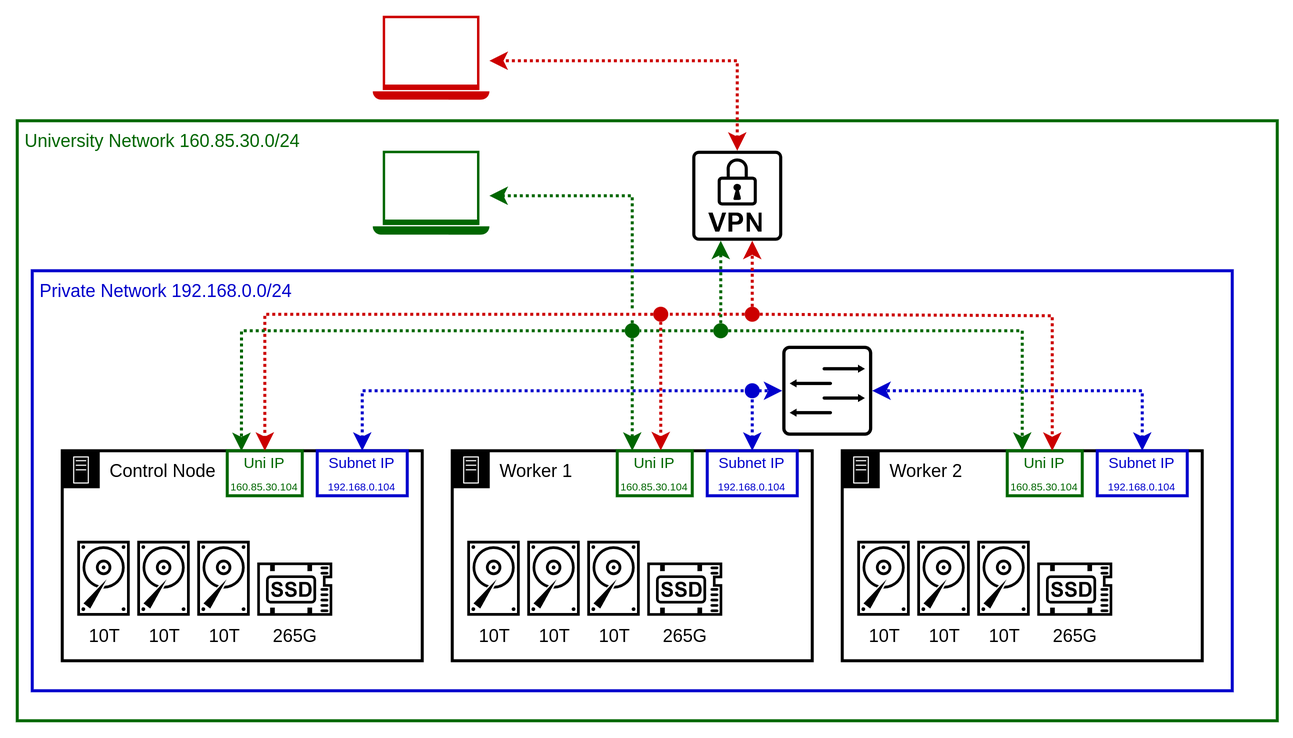
The draw.io diagram docs/diagrams/physical_and_network_infra.png in casparwackerle/PowerStack, before a commit. Source tidied: cells renumbered, new cells last; positions are measured from the earlier drawing's top-left corner, leaving out a move shared by most shapes. The source it was exported from:
```xml
<mxGraphModel>
  <root>
    <mxCell id="0" />
    <mxCell id="1" parent="0" />
    <mxCell id="2" value="&lt;span style=&quot;color: rgb(0, 102, 0);&quot;&gt;&amp;nbsp;University Network 160.85.30.0/24&lt;/span&gt;" style="rounded=1;whiteSpace=wrap;html=1;align=left;verticalAlign=top;fillColor=none;arcSize=0;strokeColor=#006600;strokeWidth=2;" parent="1" vertex="1">
      <mxGeometry y="70" width="840" height="400" as="geometry" />
    </mxCell>
    <mxCell id="3" value="&lt;span style=&quot;color: rgb(0, 0, 204);&quot;&gt;&amp;nbsp;Private Network 192.168.0.0/24&lt;/span&gt;" style="rounded=1;whiteSpace=wrap;html=1;align=left;verticalAlign=top;fillColor=none;arcSize=0;strokeColor=#0000CC;strokeWidth=2;" parent="1" vertex="1">
      <mxGeometry x="10" y="170" width="800" height="280" as="geometry" />
    </mxCell>
    <mxCell id="4" value="Control Node" style="gradientColor=none;html=1;whiteSpace=wrap;fontSize=12;fontStyle=0;shape=mxgraph.aws4.group;grIcon=mxgraph.aws4.group_on_premise;strokeColor=#000000;fillColor=none;verticalAlign=top;align=left;spacingLeft=30;fontColor=light-dark(#000000, #8494aa);dashed=0;strokeWidth=2;" parent="1" vertex="1">
      <mxGeometry x="30" y="290" width="240" height="140" as="geometry" />
    </mxCell>
    <mxCell id="5" value="&lt;font style=&quot;font-size: 10px; color: rgb(0, 102, 0);&quot;&gt;Uni IP&lt;/font&gt;&lt;font style=&quot;font-size: 8px; color: rgb(0, 102, 0);&quot;&gt;&lt;br&gt;&lt;/font&gt;&lt;font style=&quot;font-size: 7px; color: rgb(0, 102, 0);&quot;&gt;160.85.30.104&lt;/font&gt;&lt;font style=&quot;font-size: 7px; color: rgba(0, 0, 0, 0);&quot;&gt;&lt;font&gt;&lt;br&gt;&lt;/font&gt;&lt;/font&gt;" style="rounded=0;whiteSpace=wrap;html=1;strokeColor=#006600;strokeWidth=2;fillColor=none;" parent="4" vertex="1">
      <mxGeometry x="110" width="50" height="30" as="geometry" />
    </mxCell>
    <mxCell id="6" value="&lt;div&gt;&lt;font style=&quot;font-size: 10px; color: rgb(0, 0, 204);&quot;&gt;Subnet IP&lt;/font&gt;&lt;/div&gt;&lt;div&gt;&lt;font style=&quot;font-size: 7px; color: rgb(0, 0, 204);&quot;&gt;192.168.0.104&lt;/font&gt;&lt;font style=&quot;font-size: 7px; color: rgba(0, 0, 0, 0);&quot;&gt;&lt;font&gt;&lt;br&gt;&lt;/font&gt;&lt;/font&gt;&lt;/div&gt;" style="rounded=0;whiteSpace=wrap;html=1;strokeColor=#0000CC;strokeWidth=2;fillColor=none;" parent="4" vertex="1">
      <mxGeometry x="170" width="60" height="30" as="geometry" />
    </mxCell>
    <mxCell id="7" value="10T" style="sketch=0;shadow=0;dashed=0;html=1;strokeColor=none;fillColor=#000000;labelPosition=center;verticalLabelPosition=bottom;verticalAlign=top;align=center;shape=mxgraph.vvd.disk;" parent="4" vertex="1">
      <mxGeometry x="50" y="60" width="35" height="50" as="geometry" />
    </mxCell>
    <mxCell id="8" value="10T" style="sketch=0;shadow=0;dashed=0;html=1;strokeColor=none;fillColor=#000000;labelPosition=center;verticalLabelPosition=bottom;verticalAlign=top;align=center;shape=mxgraph.vvd.disk;" parent="4" vertex="1">
      <mxGeometry x="10" y="60" width="35" height="50" as="geometry" />
    </mxCell>
    <mxCell id="9" value="10T" style="sketch=0;shadow=0;dashed=0;html=1;strokeColor=none;fillColor=#000000;labelPosition=center;verticalLabelPosition=bottom;verticalAlign=top;align=center;shape=mxgraph.vvd.disk;" parent="4" vertex="1">
      <mxGeometry x="90" y="60" width="35" height="50" as="geometry" />
    </mxCell>
    <mxCell id="10" value="265G" style="sketch=0;shadow=0;dashed=0;html=1;strokeColor=none;fillColor=#000000;labelPosition=center;verticalLabelPosition=bottom;verticalAlign=top;align=center;shape=mxgraph.vvd.ssd;" parent="4" vertex="1">
      <mxGeometry x="130" y="74.5" width="50" height="35.5" as="geometry" />
    </mxCell>
    <mxCell id="11" value="Worker 1" style="points=[[0,0],[0.25,0],[0.5,0],[0.75,0],[1,0],[1,0.25],[1,0.5],[1,0.75],[1,1],[0.75,1],[0.5,1],[0.25,1],[0,1],[0,0.75],[0,0.5],[0,0.25]];outlineConnect=0;gradientColor=none;html=1;whiteSpace=wrap;fontSize=12;fontStyle=0;shape=mxgraph.aws4.group;grIcon=mxgraph.aws4.group_on_premise;strokeColor=#000000;fillColor=none;verticalAlign=top;align=left;spacingLeft=30;fontColor=light-dark(#000000, #8494aa);dashed=0;strokeWidth=2;" parent="1" vertex="1">
      <mxGeometry x="290" y="290" width="240" height="140" as="geometry" />
    </mxCell>
    <mxCell id="12" value="&lt;font style=&quot;font-size: 10px; color: rgb(0, 102, 0);&quot;&gt;Uni IP&lt;/font&gt;&lt;font style=&quot;font-size: 8px; color: rgb(0, 102, 0);&quot;&gt;&lt;br&gt;&lt;/font&gt;&lt;font style=&quot;font-size: 7px; color: rgb(0, 102, 0);&quot;&gt;160.85.30.104&lt;/font&gt;&lt;font style=&quot;font-size: 7px; color: rgba(0, 0, 0, 0);&quot;&gt;&lt;font&gt;&lt;br&gt;&lt;/font&gt;&lt;/font&gt;" style="rounded=0;whiteSpace=wrap;html=1;strokeColor=#006600;strokeWidth=2;fillColor=none;" parent="11" vertex="1">
      <mxGeometry x="110" width="50" height="30" as="geometry" />
    </mxCell>
    <mxCell id="13" value="&lt;div&gt;&lt;font style=&quot;font-size: 10px; color: rgb(0, 0, 204);&quot;&gt;Subnet IP&lt;/font&gt;&lt;/div&gt;&lt;div&gt;&lt;font style=&quot;font-size: 7px; color: rgb(0, 0, 204);&quot;&gt;192.168.0.104&lt;/font&gt;&lt;font style=&quot;font-size: 7px; color: rgba(0, 0, 0, 0);&quot;&gt;&lt;font&gt;&lt;br&gt;&lt;/font&gt;&lt;/font&gt;&lt;/div&gt;" style="rounded=0;whiteSpace=wrap;html=1;strokeColor=#0000CC;strokeWidth=2;fillColor=none;" parent="11" vertex="1">
      <mxGeometry x="170" width="60" height="30" as="geometry" />
    </mxCell>
    <mxCell id="14" value="10T" style="sketch=0;shadow=0;dashed=0;html=1;strokeColor=none;fillColor=#000000;labelPosition=center;verticalLabelPosition=bottom;verticalAlign=top;align=center;shape=mxgraph.vvd.disk;" parent="11" vertex="1">
      <mxGeometry x="50" y="60" width="35" height="50" as="geometry" />
    </mxCell>
    <mxCell id="15" value="10T" style="sketch=0;shadow=0;dashed=0;html=1;strokeColor=none;fillColor=#000000;labelPosition=center;verticalLabelPosition=bottom;verticalAlign=top;align=center;shape=mxgraph.vvd.disk;" parent="11" vertex="1">
      <mxGeometry x="10" y="60" width="35" height="50" as="geometry" />
    </mxCell>
    <mxCell id="16" value="10T" style="sketch=0;shadow=0;dashed=0;html=1;strokeColor=none;fillColor=#000000;labelPosition=center;verticalLabelPosition=bottom;verticalAlign=top;align=center;shape=mxgraph.vvd.disk;" parent="11" vertex="1">
      <mxGeometry x="90" y="60" width="35" height="50" as="geometry" />
    </mxCell>
    <mxCell id="17" value="265G" style="sketch=0;shadow=0;dashed=0;html=1;strokeColor=none;fillColor=#000000;labelPosition=center;verticalLabelPosition=bottom;verticalAlign=top;align=center;shape=mxgraph.vvd.ssd;" parent="11" vertex="1">
      <mxGeometry x="130" y="74.5" width="50" height="35.5" as="geometry" />
    </mxCell>
    <mxCell id="18" value="Worker 2" style="points=[[0,0],[0.25,0],[0.5,0],[0.75,0],[1,0],[1,0.25],[1,0.5],[1,0.75],[1,1],[0.75,1],[0.5,1],[0.25,1],[0,1],[0,0.75],[0,0.5],[0,0.25]];outlineConnect=0;gradientColor=none;html=1;whiteSpace=wrap;fontSize=12;fontStyle=0;shape=mxgraph.aws4.group;grIcon=mxgraph.aws4.group_on_premise;strokeColor=#000000;fillColor=none;verticalAlign=top;align=left;spacingLeft=30;fontColor=light-dark(#000000, #8494aa);dashed=0;strokeWidth=2;" parent="1" vertex="1">
      <mxGeometry x="550" y="290" width="240" height="140" as="geometry" />
    </mxCell>
    <mxCell id="19" value="&lt;font style=&quot;font-size: 10px; color: rgb(0, 102, 0);&quot;&gt;Uni IP&lt;/font&gt;&lt;font style=&quot;font-size: 8px; color: rgba(0, 0, 0, 0);&quot;&gt;&lt;br&gt;&lt;/font&gt;&lt;font style=&quot;font-size: 7px; color: rgb(0, 102, 0);&quot;&gt;160.85.30.104&lt;font&gt;&lt;br&gt;&lt;/font&gt;&lt;/font&gt;" style="rounded=0;whiteSpace=wrap;html=1;strokeColor=#006600;strokeWidth=2;fillColor=none;" parent="18" vertex="1">
      <mxGeometry x="110" width="50" height="30" as="geometry" />
    </mxCell>
    <mxCell id="20" value="&lt;div&gt;&lt;font style=&quot;font-size: 10px; color: rgb(0, 0, 204);&quot;&gt;Subnet IP&lt;/font&gt;&lt;/div&gt;&lt;div&gt;&lt;font style=&quot;font-size: 7px; color: rgb(0, 0, 204);&quot;&gt;192.168.0.104&lt;/font&gt;&lt;font style=&quot;font-size: 7px; color: rgba(0, 0, 0, 0);&quot;&gt;&lt;font&gt;&lt;br&gt;&lt;/font&gt;&lt;/font&gt;&lt;/div&gt;" style="rounded=0;whiteSpace=wrap;html=1;strokeColor=#0000CC;strokeWidth=2;fillColor=none;" parent="18" vertex="1">
      <mxGeometry x="170" width="60" height="30" as="geometry" />
    </mxCell>
    <mxCell id="21" value="10T" style="sketch=0;shadow=0;dashed=0;html=1;strokeColor=none;fillColor=#000000;labelPosition=center;verticalLabelPosition=bottom;verticalAlign=top;align=center;shape=mxgraph.vvd.disk;" parent="18" vertex="1">
      <mxGeometry x="50" y="60" width="35" height="50" as="geometry" />
    </mxCell>
    <mxCell id="22" value="10T" style="sketch=0;shadow=0;dashed=0;html=1;strokeColor=none;fillColor=#000000;labelPosition=center;verticalLabelPosition=bottom;verticalAlign=top;align=center;shape=mxgraph.vvd.disk;" parent="18" vertex="1">
      <mxGeometry x="10" y="60" width="35" height="50" as="geometry" />
    </mxCell>
    <mxCell id="23" value="10T" style="sketch=0;shadow=0;dashed=0;html=1;strokeColor=none;fillColor=#000000;labelPosition=center;verticalLabelPosition=bottom;verticalAlign=top;align=center;shape=mxgraph.vvd.disk;" parent="18" vertex="1">
      <mxGeometry x="90" y="60" width="35" height="50" as="geometry" />
    </mxCell>
    <mxCell id="24" value="265G" style="sketch=0;shadow=0;dashed=0;html=1;strokeColor=none;fillColor=#000000;labelPosition=center;verticalLabelPosition=bottom;verticalAlign=top;align=center;shape=mxgraph.vvd.ssd;" parent="18" vertex="1">
      <mxGeometry x="130" y="74.5" width="50" height="35.5" as="geometry" />
    </mxCell>
    <mxCell id="25" style="sketch=0;shadow=0;dashed=0;html=1;strokeColor=none;fillColor=#000000;labelPosition=center;verticalLabelPosition=bottom;verticalAlign=top;align=center;outlineConnect=0;shape=mxgraph.vvd.vpn;" parent="1" vertex="1">
      <mxGeometry x="450" y="90" width="60" height="60" as="geometry" />
    </mxCell>
    <mxCell id="26" style="sketch=0;shadow=0;dashed=0;html=1;strokeColor=none;fillColor=#000000;labelPosition=center;verticalLabelPosition=bottom;verticalAlign=top;align=center;outlineConnect=0;shape=mxgraph.vvd.switch;" parent="1" vertex="1">
      <mxGeometry x="510" y="220" width="60" height="60" as="geometry" />
    </mxCell>
    <mxCell id="27" style="endArrow=classic;startArrow=classic;html=1;rounded=0;exitX=0.5;exitY=0;exitDx=0;exitDy=0;strokeWidth=2;strokeColor=#0000CC;dashed=1;dashPattern=1 1;" parent="1" edge="1" source="13" target="26">
      <mxGeometry relative="1" as="geometry">
        <Array as="points">
          <mxPoint x="490" y="250" />
        </Array>
      </mxGeometry>
    </mxCell>
    <mxCell id="28" style="endArrow=classic;startArrow=classic;html=1;rounded=0;exitX=0.5;exitY=0;exitDx=0;exitDy=0;strokeWidth=2;strokeColor=#0000CC;dashed=1;dashPattern=1 1;" parent="1" edge="1" source="6" target="26">
      <mxGeometry relative="1" as="geometry">
        <Array as="points">
          <mxPoint x="230" y="250" />
        </Array>
      </mxGeometry>
    </mxCell>
    <mxCell id="29" style="endArrow=classic;startArrow=classic;html=1;rounded=0;exitX=0.5;exitY=0;exitDx=0;exitDy=0;strokeWidth=2;strokeColor=#0000CC;dashed=1;dashPattern=1 1;" parent="1" edge="1" source="20" target="26">
      <mxGeometry relative="1" as="geometry">
        <Array as="points">
          <mxPoint x="750" y="250" />
        </Array>
      </mxGeometry>
    </mxCell>
    <mxCell id="30" style="sketch=0;shadow=0;dashed=0;html=1;strokeColor=none;fillColor=#006600;labelPosition=center;verticalLabelPosition=bottom;verticalAlign=top;align=center;outlineConnect=0;shape=mxgraph.vvd.laptop;" parent="1" vertex="1">
      <mxGeometry x="237" y="90" width="77.8" height="56" as="geometry" />
    </mxCell>
    <mxCell id="31" style="sketch=0;shadow=0;dashed=0;html=1;strokeColor=none;fillColor=#CC0000;labelPosition=center;verticalLabelPosition=bottom;verticalAlign=top;align=center;outlineConnect=0;shape=mxgraph.vvd.laptop;" parent="1" vertex="1">
      <mxGeometry x="237" width="77.8" height="56" as="geometry" />
    </mxCell>
    <mxCell id="32" style="endArrow=classic;startArrow=classic;html=1;rounded=0;edgeStyle=orthogonalEdgeStyle;strokeColor=#CC0000;strokeWidth=2;dashed=1;dashPattern=1 1;" parent="1" edge="1" source="25" target="31">
      <mxGeometry relative="1" as="geometry">
        <Array as="points">
          <mxPoint x="480" y="30" />
        </Array>
      </mxGeometry>
    </mxCell>
    <mxCell id="33" style="ellipse;whiteSpace=wrap;html=1;" parent="1" vertex="1">
      <mxGeometry x="340" y="230" as="geometry" />
    </mxCell>
    <mxCell id="34" style="endArrow=classic;html=1;rounded=0;strokeWidth=2;dashed=1;edgeStyle=orthogonalEdgeStyle;strokeColor=#CC0000;dashPattern=1 1;" parent="1" edge="1" source="36" target="5">
      <mxGeometry relative="1" as="geometry" />
    </mxCell>
    <mxCell id="35" style="endArrow=classic;html=1;rounded=0;strokeWidth=2;dashed=1;edgeStyle=orthogonalEdgeStyle;strokeColor=#CC0000;exitX=0.5;exitY=1;exitDx=0;exitDy=0;entryX=0.58;entryY=-0.009;entryDx=0;entryDy=0;entryPerimeter=0;dashPattern=1 1;" parent="1" edge="1" source="36" target="12">
      <mxGeometry relative="1" as="geometry" />
    </mxCell>
    <mxCell id="36" style="ellipse;whiteSpace=wrap;html=1;fillColor=#CC0000;strokeColor=none;strokeWidth=7;" parent="1" vertex="1">
      <mxGeometry x="424" y="194" width="10" height="10" as="geometry" />
    </mxCell>
    <mxCell id="37" style="endArrow=classic;html=1;rounded=0;strokeWidth=2;dashed=1;edgeStyle=orthogonalEdgeStyle;strokeColor=#CC0000;exitX=1;exitY=0.5;exitDx=0;exitDy=0;dashPattern=1 1;" parent="1" edge="1" source="39" target="19">
      <mxGeometry relative="1" as="geometry">
        <Array as="points">
          <mxPoint x="501" y="199" />
          <mxPoint x="501" y="200" />
          <mxPoint x="690" y="200" />
        </Array>
      </mxGeometry>
    </mxCell>
    <mxCell id="38" style="endArrow=classic;html=1;rounded=0;strokeWidth=2;dashed=1;edgeStyle=orthogonalEdgeStyle;strokeColor=#CC0000;dashPattern=1 1;" parent="1" edge="1" source="39" target="25">
      <mxGeometry relative="1" as="geometry">
        <Array as="points">
          <mxPoint x="490" y="170" />
          <mxPoint x="490" y="170" />
        </Array>
      </mxGeometry>
    </mxCell>
    <mxCell id="39" style="ellipse;whiteSpace=wrap;html=1;fillColor=#CC0000;strokeColor=none;strokeWidth=7;" parent="1" vertex="1">
      <mxGeometry x="485" y="194" width="10" height="10" as="geometry" />
    </mxCell>
    <mxCell id="40" style="endArrow=none;html=1;rounded=0;strokeWidth=2;dashed=1;strokeColor=#CC0000;dashPattern=1 1;" parent="1" edge="1" source="39" target="36">
      <mxGeometry relative="1" as="geometry" />
    </mxCell>
    <mxCell id="41" style="ellipse;whiteSpace=wrap;html=1;fillColor=#006600;strokeColor=none;strokeWidth=7;" parent="1" vertex="1">
      <mxGeometry x="405" y="205" width="10" height="10" as="geometry" />
    </mxCell>
    <mxCell id="42" style="ellipse;whiteSpace=wrap;html=1;fillColor=#006600;strokeColor=none;strokeWidth=7;" parent="1" vertex="1">
      <mxGeometry x="464" y="205" width="10" height="10" as="geometry" />
    </mxCell>
    <mxCell id="43" style="endArrow=classic;html=1;rounded=0;strokeWidth=2;dashed=1;edgeStyle=orthogonalEdgeStyle;strokeColor=#006600;exitX=0;exitY=0.5;exitDx=0;exitDy=0;entryX=0.189;entryY=0.007;entryDx=0;entryDy=0;entryPerimeter=0;dashPattern=1 1;" parent="1" edge="1" source="41" target="5">
      <mxGeometry relative="1" as="geometry" />
    </mxCell>
    <mxCell id="44" style="endArrow=classic;html=1;rounded=0;strokeWidth=2;dashed=1;edgeStyle=orthogonalEdgeStyle;strokeColor=#006600;exitX=0.5;exitY=1;exitDx=0;exitDy=0;entryX=0.5;entryY=0;entryDx=0;entryDy=0;dashPattern=1 1;" parent="1" edge="1" source="41" target="11">
      <mxGeometry relative="1" as="geometry" />
    </mxCell>
    <mxCell id="45" style="endArrow=classic;html=1;rounded=0;strokeWidth=2;dashed=1;edgeStyle=orthogonalEdgeStyle;strokeColor=#006600;exitX=0.5;exitY=0;exitDx=0;exitDy=0;jumpStyle=none;dashPattern=1 1;" parent="1" edge="1" source="42" target="25">
      <mxGeometry relative="1" as="geometry">
        <Array as="points">
          <mxPoint x="470" y="150" />
          <mxPoint x="470" y="150" />
        </Array>
      </mxGeometry>
    </mxCell>
    <mxCell id="46" style="endArrow=classic;html=1;rounded=0;strokeWidth=2;dashed=1;edgeStyle=orthogonalEdgeStyle;strokeColor=#006600;exitX=1;exitY=0.5;exitDx=0;exitDy=0;entryX=0.5;entryY=0;entryDx=0;entryDy=0;dashPattern=1 1;" parent="1" edge="1" source="42" target="18">
      <mxGeometry relative="1" as="geometry" />
    </mxCell>
    <mxCell id="47" style="endArrow=classic;html=1;rounded=0;strokeWidth=2;dashed=1;edgeStyle=orthogonalEdgeStyle;strokeColor=#006600;exitX=0.5;exitY=0;exitDx=0;exitDy=0;jumpStyle=gap;dashPattern=1 1;" parent="1" edge="1" source="41" target="30">
      <mxGeometry relative="1" as="geometry">
        <Array as="points">
          <mxPoint x="410" y="120" />
        </Array>
      </mxGeometry>
    </mxCell>
    <mxCell id="48" style="endArrow=none;html=1;rounded=0;strokeWidth=2;dashed=1;strokeColor=#006600;jumpStyle=none;dashPattern=1 1;exitX=0;exitY=0.5;exitDx=0;exitDy=0;" parent="1" edge="1" source="42" target="41">
      <mxGeometry relative="1" as="geometry">
        <Array as="points">
          <mxPoint x="440" y="210" />
        </Array>
      </mxGeometry>
    </mxCell>
    <mxCell id="49" style="ellipse;whiteSpace=wrap;html=1;fillColor=#0000CC;strokeColor=none;strokeWidth=7;" parent="1" vertex="1">
      <mxGeometry x="485" y="245" width="10" height="10" as="geometry" />
    </mxCell>
  </root>
</mxGraphModel>
```
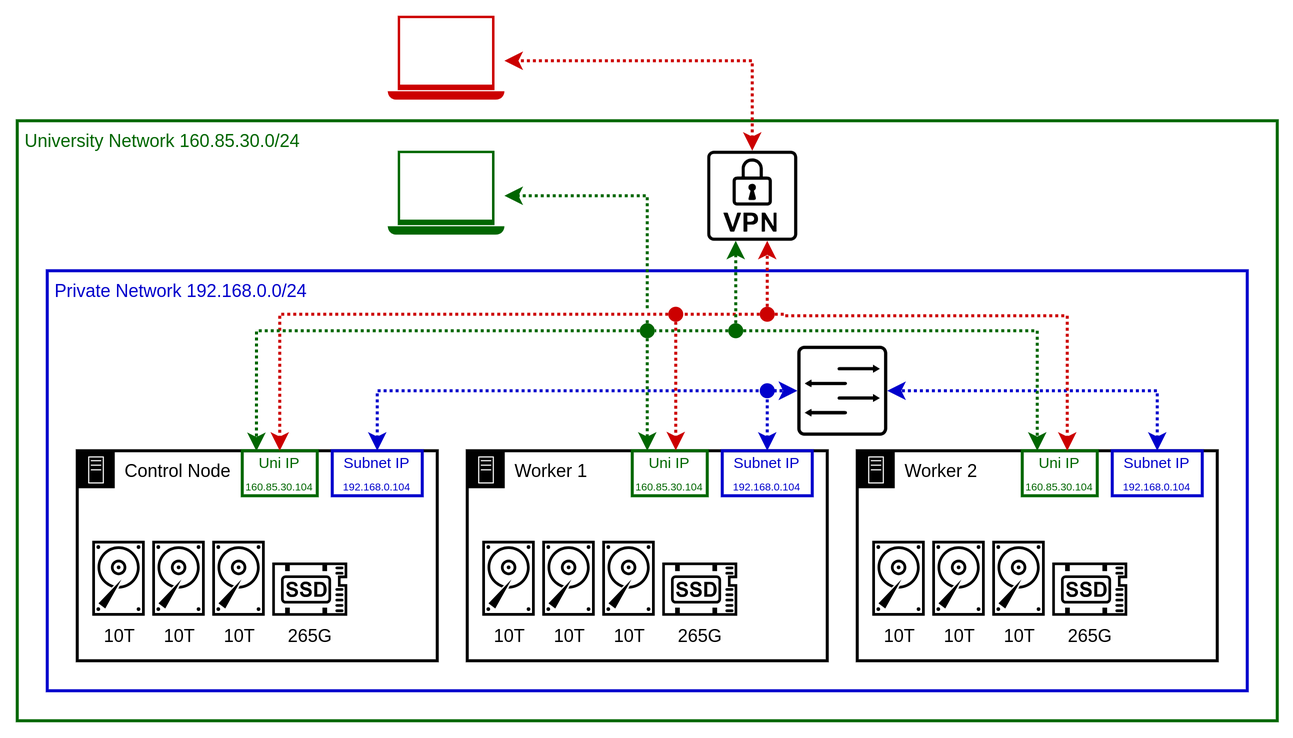
The same file after the commit.

Change to the diagram source:
```diff
@@ -2,8 +2,8 @@
   <root>
     <mxCell id="0" />
     <mxCell id="1" parent="0" />
-    <mxCell id="2" value="&lt;span style=&quot;color: rgb(0, 102, 0);&quot;&gt;&amp;nbsp;University Network 160.85.30.0/24&lt;/span&gt;" style="rounded=1;whiteSpace=wrap;html=1;align=left;verticalAlign=top;fillColor=none;arcSize=0;strokeColor=#006600;strokeWidth=2;" parent="1" vertex="1">
-      <mxGeometry y="70" width="840" height="400" as="geometry" />
+    <mxCell id="2" value="&lt;span style=&quot;color: rgb(0, 102, 0);&quot;&gt;&amp;nbsp;University Network 160.85.30.0/24&lt;/span&gt;" style="rounded=0;whiteSpace=wrap;html=1;align=left;verticalAlign=top;fillColor=#FFFFFF;arcSize=0;strokeColor=#006600;strokeWidth=2;glass=0;shadow=0;" parent="1" vertex="1">
+      <mxGeometry x="-10" y="70" width="840" height="400" as="geometry" />
     </mxCell>
     <mxCell id="3" value="&lt;span style=&quot;color: rgb(0, 0, 204);&quot;&gt;&amp;nbsp;Private Network 192.168.0.0/24&lt;/span&gt;" style="rounded=1;whiteSpace=wrap;html=1;align=left;verticalAlign=top;fillColor=none;arcSize=0;strokeColor=#0000CC;strokeWidth=2;" parent="1" vertex="1">
       <mxGeometry x="10" y="170" width="800" height="280" as="geometry" />
```
